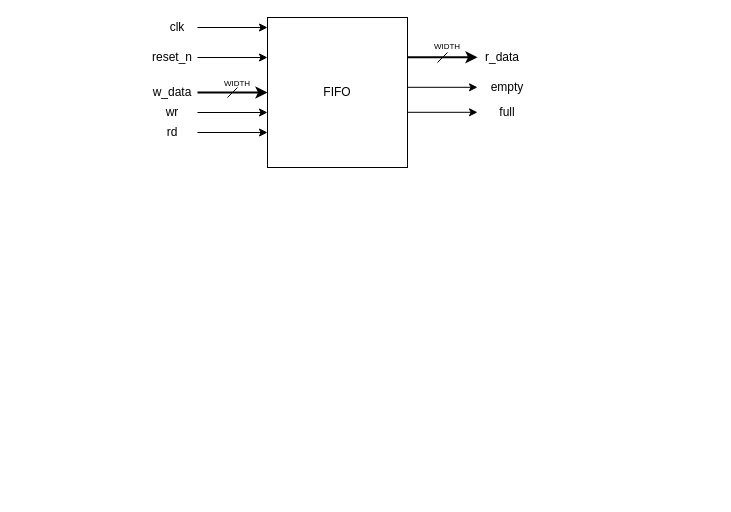
ElHamzi-Abderrahim/fifo keeps this draw.io diagram as page "block_diagram" (1 of 2) of doc/fifo_block.drawio. Above is the earlier version. Source tidied: cells renumbered, new cells numbered last; positions are measured from the earlier drawing's top-left corner, leaving out a move shared by most shapes. Both pictures are drawn from the tidied source at 100%, with x=0, y=0 at pixel (147, 17).
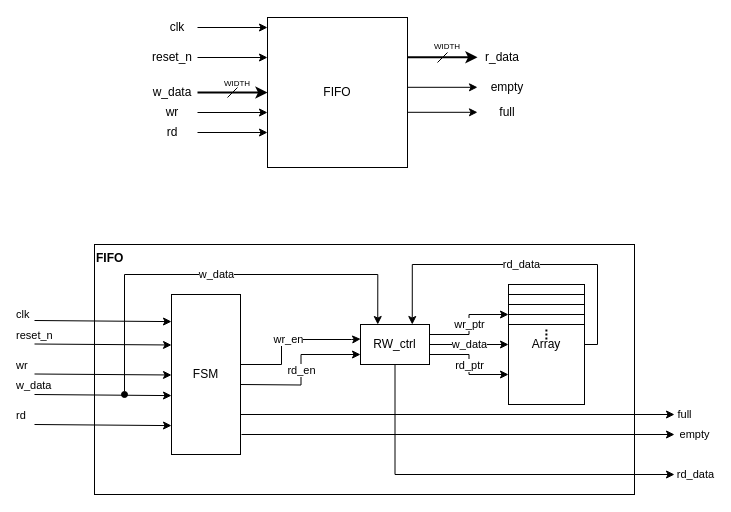
After the change.

Diff of the diagram source:
```diff
@@
+    <mxCell id="23" value="FIFO" style="rounded=0;whiteSpace=wrap;html=1;verticalAlign=top;align=left;fontStyle=1;" parent="1" vertex="1">
+      <mxGeometry x="-53" y="227" width="540" height="250" as="geometry" />
+    </mxCell>
+    <mxCell id="24" value="FSM" style="rounded=0;whiteSpace=wrap;html=1;verticalAlign=middle;align=center;fontStyle=0;" parent="1" vertex="1">
+      <mxGeometry x="24" y="277" width="69" height="160" as="geometry" />
+    </mxCell>
+    <mxCell id="25" value="wr_en" style="endArrow=classic;html=1;rounded=0;exitX=1;exitY=0.75;exitDx=0;exitDy=0;edgeStyle=orthogonalEdgeStyle;entryX=0.002;entryY=0.363;entryDx=0;entryDy=0;entryPerimeter=0;" parent="1" edge="1" target="33">
+      <mxGeometry relative="1" as="geometry">
+        <mxPoint x="93" y="347" as="sourcePoint" />
+        <Array as="points">
+          <mxPoint x="134" y="347" />
+          <mxPoint x="134" y="322" />
+          <mxPoint x="204" y="322" />
+        </Array>
+      </mxGeometry>
+    </mxCell>
+    <mxCell id="26" value="rd_en" style="endArrow=classic;html=1;rounded=0;exitX=1;exitY=0.75;exitDx=0;exitDy=0;edgeStyle=orthogonalEdgeStyle;entryX=0;entryY=0.75;entryDx=0;entryDy=0;" parent="1" edge="1" target="33">
+      <mxGeometry relative="1" as="geometry">
+        <mxPoint x="93" y="367" as="sourcePoint" />
+      </mxGeometry>
+    </mxCell>
+    <mxCell id="27" value="full" style="endArrow=classic;html=1;rounded=0;exitX=1;exitY=0.75;exitDx=0;exitDy=0;edgeStyle=orthogonalEdgeStyle;" parent="1" edge="1">
+      <mxGeometry x="1" y="10" relative="1" as="geometry">
+        <mxPoint x="93" y="397" as="sourcePoint" />
+        <mxPoint x="527" y="397" as="targetPoint" />
+        <mxPoint x="10" y="10" as="offset" />
+      </mxGeometry>
+    </mxCell>
+    <mxCell id="28" value="empty" style="endArrow=classic;html=1;rounded=0;edgeStyle=orthogonalEdgeStyle;" parent="1" edge="1">
+      <mxGeometry x="1" y="20" relative="1" as="geometry">
+        <mxPoint x="94" y="417" as="sourcePoint" />
+        <mxPoint x="527" y="417" as="targetPoint" />
+        <mxPoint x="20" y="20" as="offset" />
+      </mxGeometry>
+    </mxCell>
+    <mxCell id="29" value="wr_ptr" style="edgeStyle=orthogonalEdgeStyle;rounded=0;jettySize=auto;html=1;exitX=1;exitY=0.25;exitDx=0;exitDy=0;entryX=0;entryY=0.25;entryDx=0;entryDy=0;" parent="1" edge="1" source="33" target="35">
+      <mxGeometry relative="1" as="geometry" />
+    </mxCell>
+    <mxCell id="30" value="rd_ptr" style="edgeStyle=orthogonalEdgeStyle;rounded=0;jettySize=auto;html=1;exitX=1;exitY=0.75;exitDx=0;exitDy=0;entryX=0;entryY=0.75;entryDx=0;entryDy=0;" parent="1" edge="1" source="33" target="35">
+      <mxGeometry relative="1" as="geometry" />
+    </mxCell>
+    <mxCell id="31" value="w_data" style="edgeStyle=orthogonalEdgeStyle;rounded=0;jettySize=auto;html=1;exitX=1;exitY=0.5;exitDx=0;exitDy=0;entryX=0;entryY=0.5;entryDx=0;entryDy=0;" parent="1" edge="1" source="33" target="35">
+      <mxGeometry relative="1" as="geometry" />
+    </mxCell>
+    <mxCell id="32" value="rd_data" style="edgeStyle=orthogonalEdgeStyle;rounded=0;jettySize=auto;html=1;exitX=0.5;exitY=1;exitDx=0;exitDy=0;" parent="1" edge="1" source="33">
+      <mxGeometry x="1" y="-20" relative="1" as="geometry">
+        <mxPoint x="527" y="457" as="targetPoint" />
+        <Array as="points">
+          <mxPoint x="248" y="457" />
+        </Array>
+        <mxPoint x="20" y="-20" as="offset" />
+      </mxGeometry>
+    </mxCell>
+    <mxCell id="33" value="RW_ctrl" style="rounded=0;whiteSpace=wrap;html=1;verticalAlign=middle;align=center;fontStyle=0;" parent="1" vertex="1">
+      <mxGeometry x="213" y="307" width="69" height="40" as="geometry" />
+    </mxCell>
+    <mxCell id="34" value="rd_data" style="edgeStyle=orthogonalEdgeStyle;rounded=0;jettySize=auto;html=1;exitX=1;exitY=0.5;exitDx=0;exitDy=0;entryX=0.75;entryY=0;entryDx=0;entryDy=0;" parent="1" edge="1" source="35" target="33">
+      <mxGeometry relative="1" as="geometry">
+        <Array as="points">
+          <mxPoint x="450" y="327" />
+          <mxPoint x="450" y="247" />
+          <mxPoint x="265" y="247" />
+        </Array>
+      </mxGeometry>
+    </mxCell>
+    <mxCell id="35" value="Array" style="rounded=0;whiteSpace=wrap;html=1;verticalAlign=middle;align=center;fontStyle=0;" parent="1" vertex="1">
+      <mxGeometry x="361" y="267" width="76" height="120" as="geometry" />
+    </mxCell>
+    <mxCell id="36" value="w_data" style="endArrow=classic;html=1;rounded=0;edgeStyle=orthogonalEdgeStyle;entryX=0.25;entryY=0;entryDx=0;entryDy=0;startArrow=oval;startFill=1;" parent="1" edge="1" target="33">
+      <mxGeometry relative="1" as="geometry">
+        <mxPoint x="-23" y="377" as="sourcePoint" />
+        <Array as="points">
+          <mxPoint x="-23" y="257" />
+          <mxPoint x="230" y="257" />
+        </Array>
+      </mxGeometry>
+    </mxCell>
+    <mxCell id="37" value="clk" style="endArrow=classic;html=1;rounded=0;align=left;" parent="1" edge="1">
+      <mxGeometry x="-1" y="21" relative="1" as="geometry">
+        <mxPoint x="-113" y="303" as="sourcePoint" />
+        <mxPoint x="24" y="304.1" as="targetPoint" />
+        <mxPoint x="-20" y="15" as="offset" />
+      </mxGeometry>
+    </mxCell>
+    <mxCell id="38" value="reset_n" style="endArrow=classic;html=1;rounded=0;align=left;" parent="1" edge="1">
+      <mxGeometry x="-1" y="22" relative="1" as="geometry">
+        <mxPoint x="-113" y="326.5" as="sourcePoint" />
+        <mxPoint x="24" y="327.5" as="targetPoint" />
+        <mxPoint x="-20" y="13" as="offset" />
+      </mxGeometry>
+    </mxCell>
+    <mxCell id="39" value="wr" style="endArrow=classic;html=1;rounded=0;align=left;" parent="1" edge="1">
+      <mxGeometry x="-1" y="22" relative="1" as="geometry">
+        <mxPoint x="-113" y="356.5" as="sourcePoint" />
+        <mxPoint x="24" y="357.5" as="targetPoint" />
+        <mxPoint x="-20" y="13" as="offset" />
+      </mxGeometry>
+    </mxCell>
+    <mxCell id="40" value="w_data" style="endArrow=classic;html=1;rounded=0;align=left;" parent="1" edge="1">
+      <mxGeometry x="-1" y="22" relative="1" as="geometry">
+        <mxPoint x="-113" y="377" as="sourcePoint" />
+        <mxPoint x="24" y="378.1" as="targetPoint" />
+        <mxPoint x="-20" y="13" as="offset" />
+      </mxGeometry>
+    </mxCell>
+    <mxCell id="41" value="rd" style="endArrow=classic;html=1;rounded=0;align=left;" parent="1" edge="1">
+      <mxGeometry x="-1" y="22" relative="1" as="geometry">
+        <mxPoint x="-113" y="407" as="sourcePoint" />
+        <mxPoint x="24" y="408.1" as="targetPoint" />
+        <mxPoint x="-20" y="13" as="offset" />
+      </mxGeometry>
+    </mxCell>
+    <mxCell id="42" style="group;" parent="1" vertex="1">
+      <mxGeometry x="361" y="267" width="76" height="55" as="geometry" />
+    </mxCell>
+    <mxCell id="43" style="rounded=0;whiteSpace=wrap;html=1;" parent="42" vertex="1">
+      <mxGeometry width="76" height="10" as="geometry" />
+    </mxCell>
+    <mxCell id="44" style="rounded=0;whiteSpace=wrap;html=1;" parent="42" vertex="1">
+      <mxGeometry y="10" width="76" height="10" as="geometry" />
+    </mxCell>
+    <mxCell id="45" style="rounded=0;whiteSpace=wrap;html=1;" parent="42" vertex="1">
+      <mxGeometry y="20" width="76" height="10" as="geometry" />
+    </mxCell>
+    <mxCell id="46" style="rounded=0;whiteSpace=wrap;html=1;" parent="42" vertex="1">
+      <mxGeometry y="30" width="76" height="10" as="geometry" />
+    </mxCell>
+    <mxCell id="47" style="endArrow=none;dashed=1;html=1;dashPattern=1 1;strokeWidth=2;rounded=0;" parent="42" edge="1">
+      <mxGeometry relative="1" as="geometry">
+        <mxPoint x="37.9" y="55" as="sourcePoint" />
+        <mxPoint x="37.9" y="45" as="targetPoint" />
+      </mxGeometry>
+    </mxCell>
```
